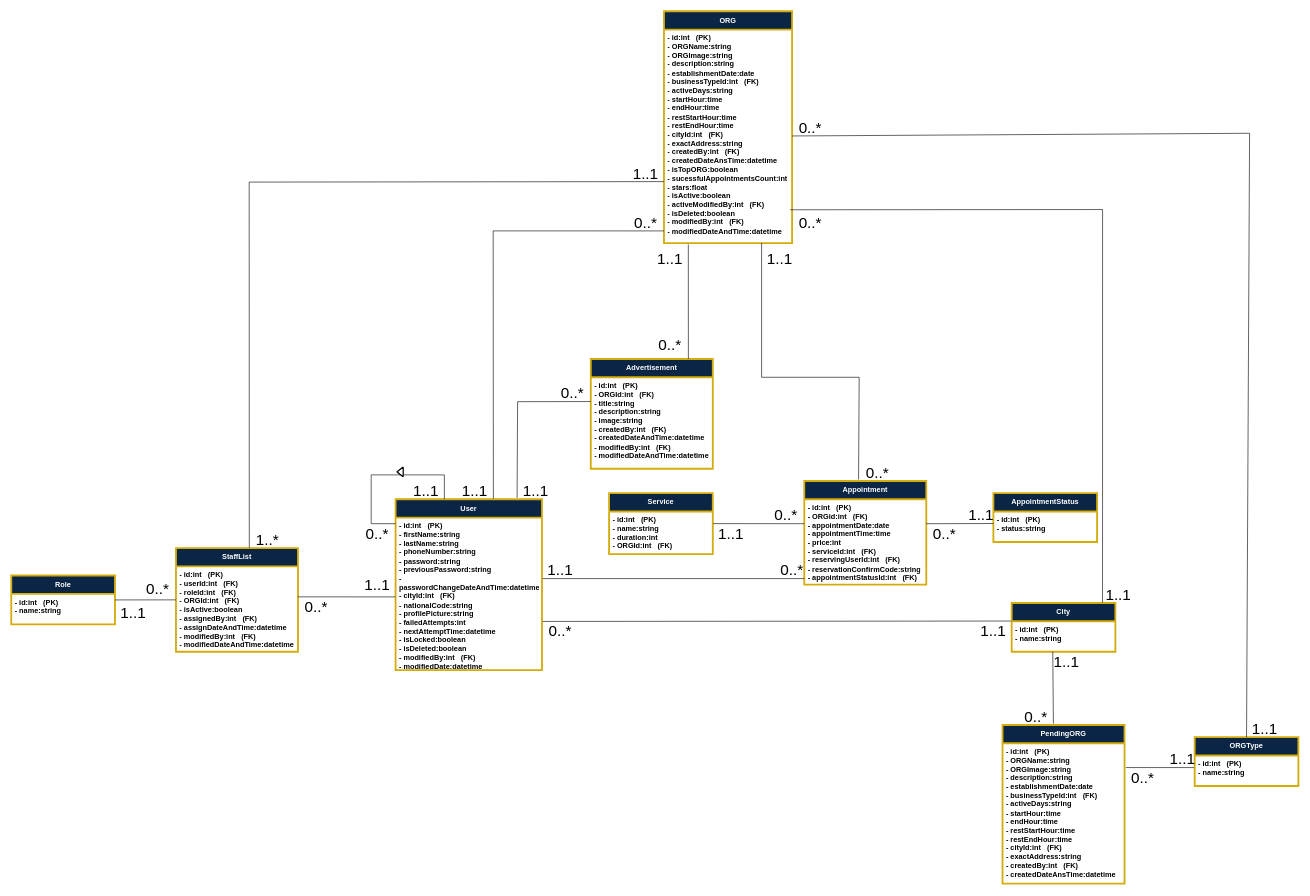
Above: Documentation/Analysis/Modeling/Structural Models/Class Diagrams/DatabaseSchema.drawio in TnT74K/Project-SAD (draw.io), before the change. Source tidied: cells renumbered, new cells numbered last; positions are measured from the earlier drawing's top-left corner, leaving out a move shared by most shapes. Both pictures are drawn from the tidied source at 61%, with x=0, y=0 at pixel (11, 11).
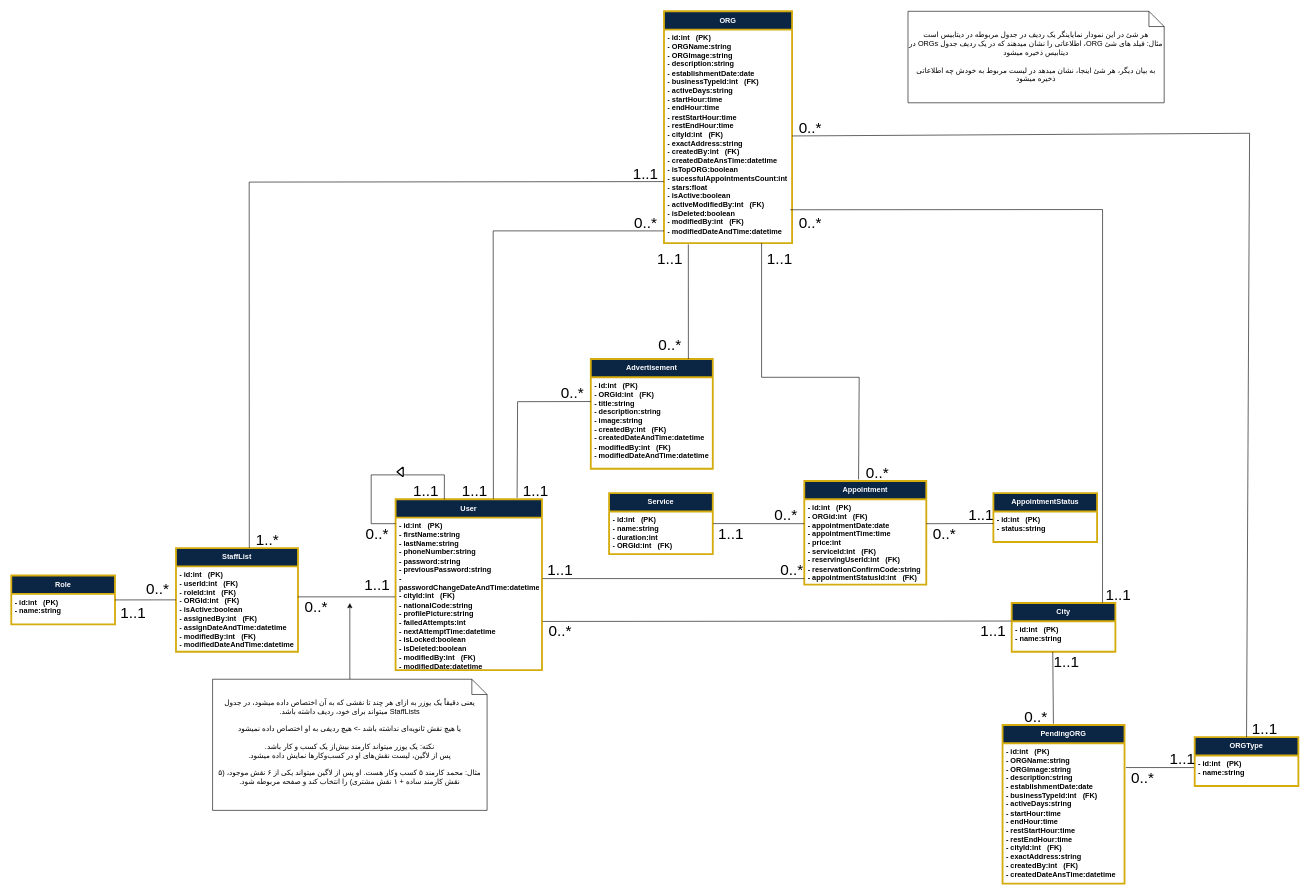
The same diagram, later.

Commit message:
Add explanation notes :/

What changed in the source:
```diff
@@
+    <mxCell id="73" value="&lt;font face=&quot;zain&quot;&gt;هر شئ در این نمودار نمایاینگر یک ردیف در جدول مربوطه در دیتابیس است&lt;/font&gt;&lt;div&gt;&lt;font face=&quot;zain&quot;&gt;مثال: فیلد های شئ ORG، اطلاعاتی را نشان میدهند که در یک ردیف جدول ORGs در دیتابیس ذخیره میشود&lt;/font&gt;&lt;/div&gt;&lt;div&gt;&lt;font face=&quot;zain&quot;&gt;&lt;br&gt;&lt;/font&gt;&lt;/div&gt;&lt;div&gt;&lt;font face=&quot;zain&quot;&gt;به بیان دیگر، هر شئ اینجا، نشان میدهد در لیست مربوط به خودش چه اطلاعاتی ذخیره میشود&lt;/font&gt;&lt;/div&gt;" style="shape=note2;boundedLbl=1;whiteSpace=wrap;html=1;size=25;verticalAlign=top;align=center;textDirection=rtl;" parent="1" vertex="1">
+      <mxGeometry x="1470" width="420" height="150" as="geometry" />
+    </mxCell>
+    <mxCell id="74" style="edgeStyle=orthogonalEdgeStyle;rounded=0;jettySize=auto;html=1;fontFamily=Helvetica;fontSize=12;fontColor=default;textDirection=rtl;" parent="1" edge="1" source="75">
+      <mxGeometry relative="1" as="geometry">
+        <mxPoint x="555" y="970" as="targetPoint" />
+      </mxGeometry>
+    </mxCell>
+    <mxCell id="75" value="یعنی دقیقاً یک یوزر به ازای هر چند تا نقشی که به آن اختصاص داده میشود، در جدول StaffLists میتواند برای خود، ردیف داشته باشد.&lt;div&gt;&lt;br&gt;&lt;/div&gt;&lt;div&gt;یا هیچ نقش ثانویه‌ای نداشته باشد -&amp;gt; هیچ ردیفی به او اختصاص داده نمیشود&lt;/div&gt;&lt;div&gt;&lt;br&gt;&lt;/div&gt;&lt;div&gt;نکته: یک یوزر میتواند کارمند بیش‌از یک کسب و کار باشد.&lt;/div&gt;&lt;div&gt;پس از لاگین، لیست نقش‌های او در کسب‌وکارها نمایش داده میشود.&lt;/div&gt;&lt;div&gt;&lt;br&gt;&lt;/div&gt;&lt;div&gt;مثال: محمد کارمند ۵ کسب وکار هست. او پس از لاگین میتواند یکی از ۶ نقش موجود، (۵ نقش کارمند ساده + ۱ نقش مشتری) را انتخاب کند و صفحه مربوطه شود.&lt;/div&gt;" style="shape=note2;boundedLbl=1;whiteSpace=wrap;html=1;size=25;verticalAlign=top;align=center;fontFamily=zain;strokeColor=default;fontSize=12;fontColor=default;textDirection=rtl;fillColor=default;" parent="1" vertex="1">
+      <mxGeometry x="330" y="1095" width="450" height="215" as="geometry" />
+    </mxCell>
```
